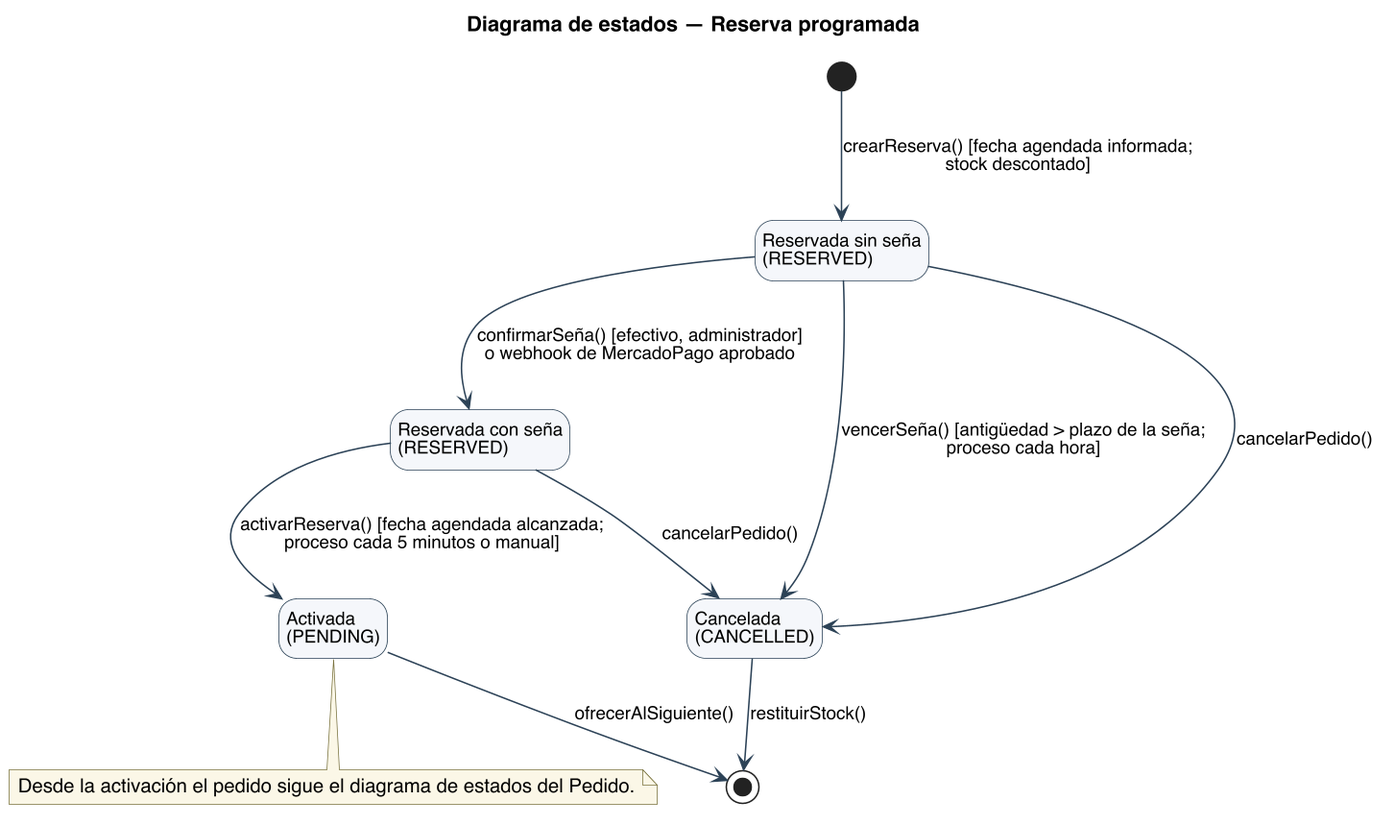
This is diagramas/uml/UML_Estados_Reserva.png from Nahuelito-Dev/splg-docs, a PlantUML export, as it was before one commit.
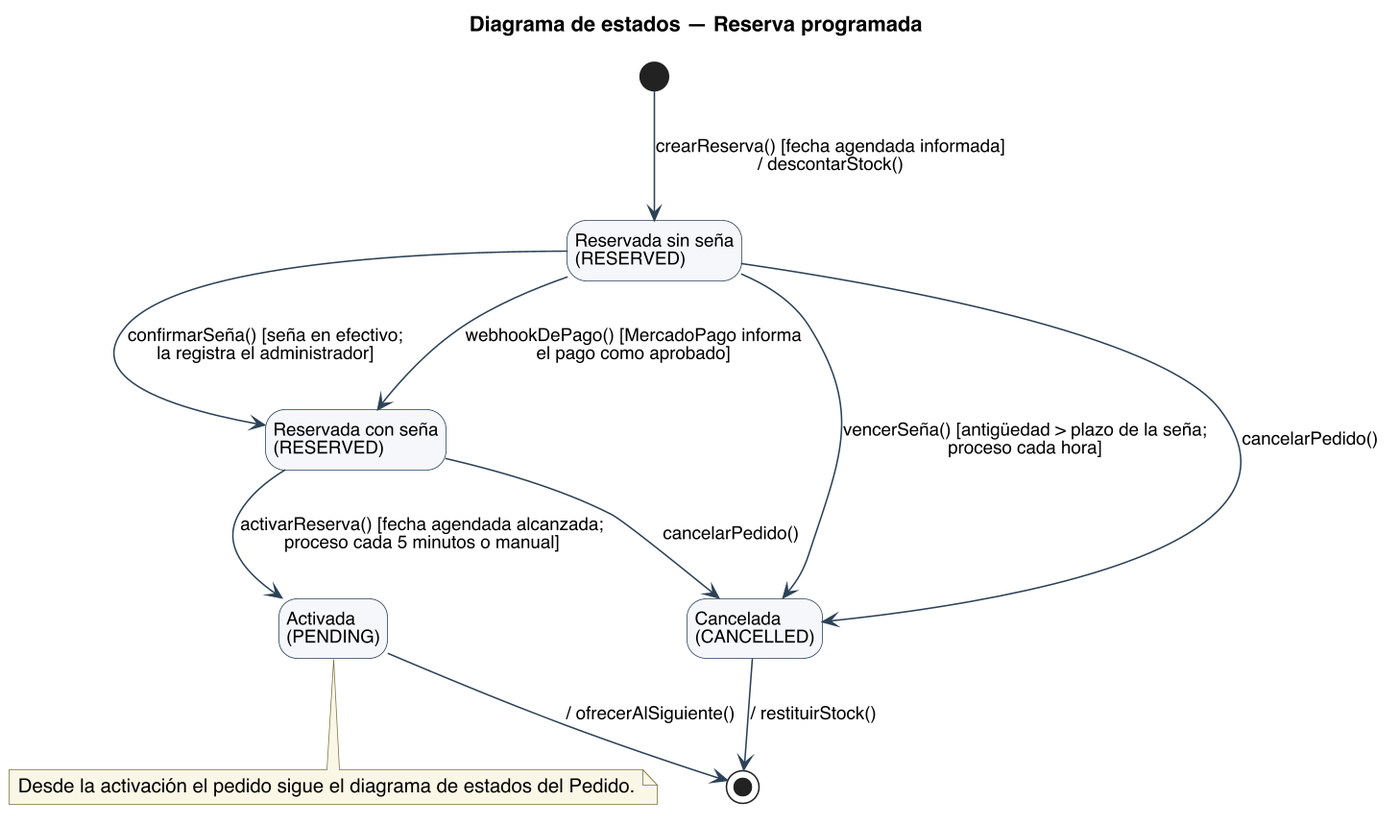
Later version of the same file.

What changed in the source:
```diff
@@ -22,14 +22,15 @@
 state "Activada\n(PENDING)" as ACT
 state "Cancelada\n(CANCELLED)" as CAN
 
-[*] --> SIN : crearReserva() [fecha agendada informada;\nstock descontado]
-SIN --> CON : confirmarSeña() [efectivo, administrador]\no webhook de MercadoPago aprobado
+[*] --> SIN : crearReserva() [fecha agendada informada]\n/ descontarStock()
+SIN --> CON : confirmarSeña() [seña en efectivo;\nla registra el administrador]
+SIN --> CON : webhookDePago() [MercadoPago informa\nel pago como aprobado]
 CON --> ACT : activarReserva() [fecha agendada alcanzada;\nproceso cada 5 minutos o manual]
 SIN --> CAN : vencerSeña() [antigüedad > plazo de la seña;\nproceso cada hora]
 SIN --> CAN : cancelarPedido()
 CON --> CAN : cancelarPedido()
-CAN --> [*] : restituirStock()
-ACT --> [*] : ofrecerAlSiguiente()
+CAN --> [*] : / restituirStock()
+ACT --> [*] : / ofrecerAlSiguiente()
 
 note bottom of ACT
   Desde la activación el pedido sigue el diagrama de estados del Pedido.
```
